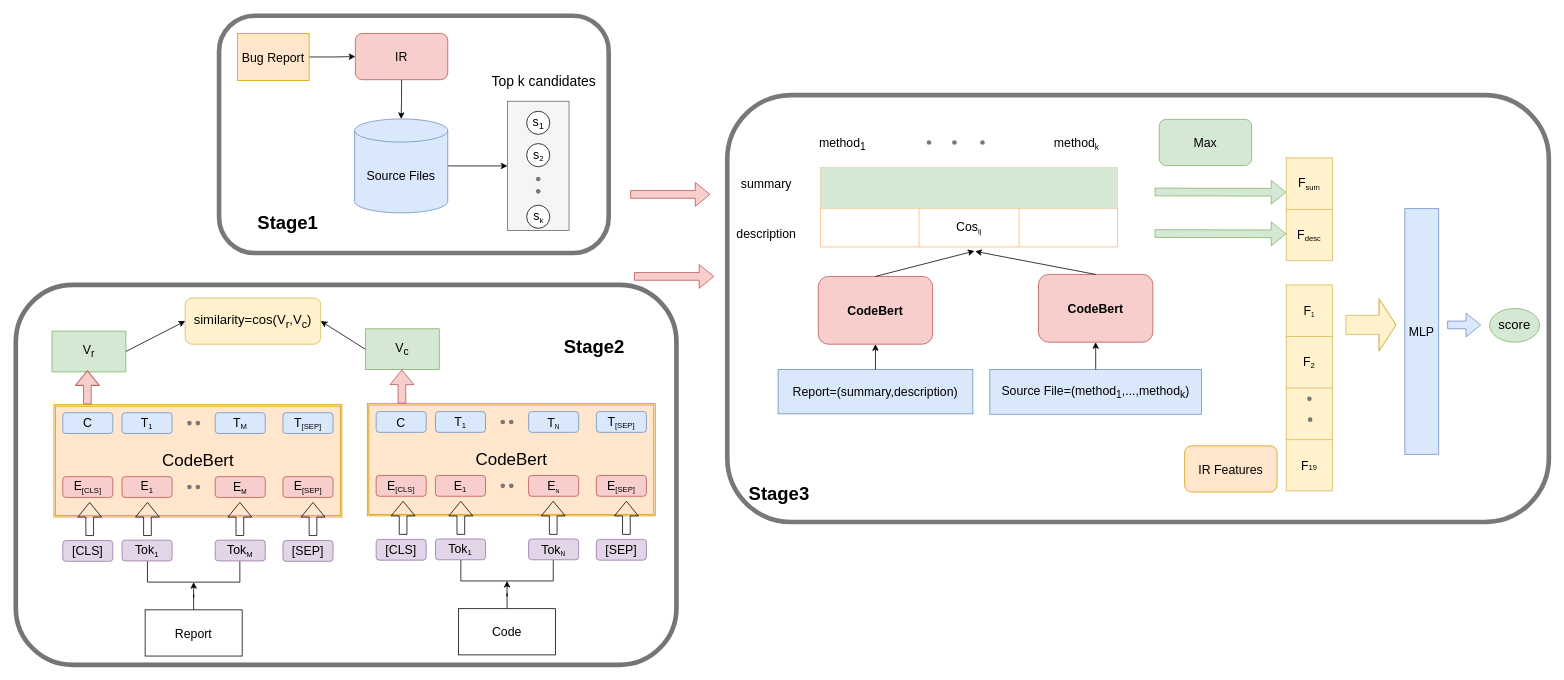
Before: V2_Untitled Diagram.drawio in hangdj/BERT-PLI-IJCAI2020, a draw.io diagram. Source tidied: cells renumbered, new cells numbered last; positions are measured from the earlier drawing's top-left corner, leaving out a move shared by most shapes. Both pictures are drawn from the tidied source at 77%, with x=0, y=0 at pixel (15, 15).
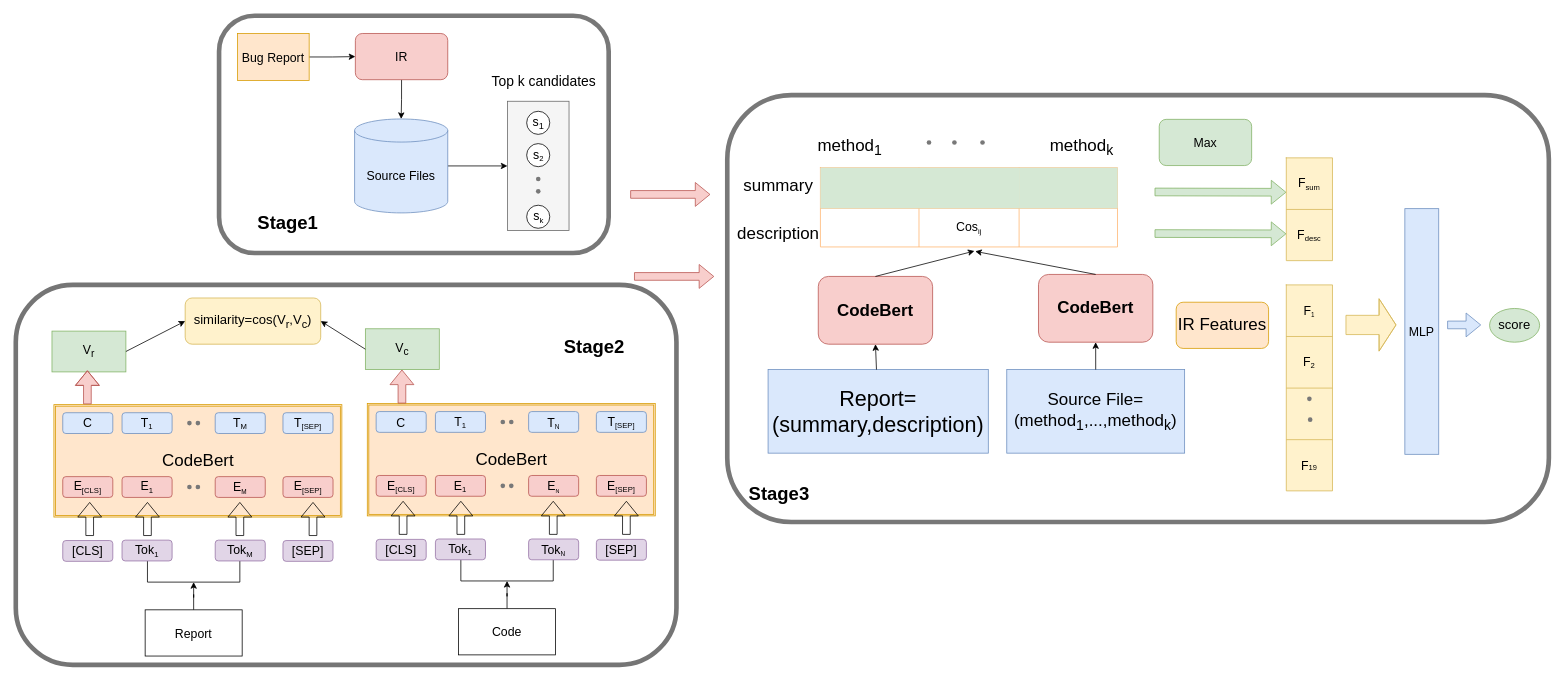
The same diagram, later.

What changed in the source:
```diff
@@
-    <mxCell id="46" value="&lt;font style=&quot;font-size: 16px&quot;&gt;Report=(summary,description)&lt;/font&gt;" style="text;html=1;strokeColor=#6c8ebf;fillColor=#dae8fc;align=center;verticalAlign=middle;whiteSpace=wrap;overflow=hidden;" parent="1" vertex="1">
-      <mxGeometry x="990" y="459.5" width="253" height="57.5" as="geometry" />
+    <mxCell id="46" value="&lt;font style=&quot;font-size: 28px&quot;&gt;Report=(summary,description)&lt;/font&gt;" style="text;html=1;strokeColor=#6c8ebf;fillColor=#dae8fc;align=center;verticalAlign=middle;whiteSpace=wrap;overflow=hidden;" parent="1" vertex="1">
+      <mxGeometry x="977" y="459.5" width="286" height="108.5" as="geometry" />
     </mxCell>
-    <mxCell id="47" value="&lt;font style=&quot;font-size: 16px&quot;&gt;Source File=(method&lt;sub&gt;1&lt;/sub&gt;,...,method&lt;sub&gt;k&lt;/sub&gt;)&lt;/font&gt;" style="text;html=1;strokeColor=#6c8ebf;fillColor=#dae8fc;align=center;verticalAlign=middle;whiteSpace=wrap;overflow=hidden;" parent="1" vertex="1">
-      <mxGeometry x="1265" y="459.5" width="275" height="58" as="geometry" />
+    <mxCell id="47" value="&lt;font style=&quot;font-size: 22px&quot;&gt;Source File=(method&lt;sub&gt;1&lt;/sub&gt;,...,method&lt;sub&gt;k&lt;/sub&gt;)&lt;/font&gt;" style="text;html=1;strokeColor=#6c8ebf;fillColor=#dae8fc;align=center;verticalAlign=middle;whiteSpace=wrap;overflow=hidden;" parent="1" vertex="1">
+      <mxGeometry x="1287" y="459.5" width="231" height="108.5" as="geometry" />
     </mxCell>
-    <mxCell id="48" value="&lt;font style=&quot;font-size: 16px&quot;&gt;summary&lt;/font&gt;" style="text;html=1;strokeColor=none;fillColor=none;align=center;verticalAlign=middle;whiteSpace=wrap;overflow=hidden;" parent="1" vertex="1">
-      <mxGeometry x="935" y="206.2" width="80" height="23.5" as="geometry" />
+    <mxCell id="48" value="&lt;font style=&quot;font-size: 22px&quot;&gt;summary&lt;/font&gt;" style="text;html=1;strokeColor=none;fillColor=none;align=center;verticalAlign=middle;whiteSpace=wrap;overflow=hidden;" parent="1" vertex="1">
+      <mxGeometry x="943.2" y="204.5" width="94.5" height="30" as="geometry" />
     </mxCell>
-    <mxCell id="49" value="&lt;font style=&quot;font-size: 16px&quot;&gt;description&lt;/font&gt;" style="text;html=1;strokeColor=none;fillColor=none;align=center;verticalAlign=middle;whiteSpace=wrap;overflow=hidden;" parent="1" vertex="1">
-      <mxGeometry x="935" y="266.2" width="80" height="34" as="geometry" />
+    <mxCell id="49" value="&lt;font style=&quot;font-size: 22px&quot;&gt;description&lt;/font&gt;" style="text;html=1;strokeColor=none;fillColor=none;align=center;verticalAlign=middle;whiteSpace=wrap;overflow=hidden;" parent="1" vertex="1">
+      <mxGeometry x="930" y="266.2" width="121" height="34" as="geometry" />
     </mxCell>
-    <mxCell id="50" value="&lt;font style=&quot;font-size: 16px&quot;&gt;method&lt;sub&gt;1&lt;/sub&gt;&lt;/font&gt;" style="text;html=1;strokeColor=none;fillColor=none;align=center;verticalAlign=middle;whiteSpace=wrap;overflow=hidden;" parent="1" vertex="1">
-      <mxGeometry x="1034" y="152.8" width="80" height="23.5" as="geometry" />
+    <mxCell id="50" value="&lt;font style=&quot;font-size: 22px&quot;&gt;method&lt;sub&gt;1&lt;/sub&gt;&lt;/font&gt;" style="text;html=1;strokeColor=none;fillColor=none;align=center;verticalAlign=middle;whiteSpace=wrap;overflow=hidden;" parent="1" vertex="1">
+      <mxGeometry x="1034" y="152.8" width="99" height="30.2" as="geometry" />
     </mxCell>
-    <mxCell id="51" value="&lt;font style=&quot;font-size: 16px&quot;&gt;method&lt;/font&gt;&lt;font style=&quot;font-size: 13.3333px&quot;&gt;&lt;sub&gt;k&lt;/sub&gt;&lt;/font&gt;" style="text;html=1;strokeColor=none;fillColor=none;align=center;verticalAlign=middle;whiteSpace=wrap;overflow=hidden;" parent="1" vertex="1">
-      <mxGeometry x="1337.5" y="152.8" width="80" height="23.5" as="geometry" />
+    <mxCell id="51" value="&lt;font style=&quot;font-size: 22px&quot;&gt;&lt;font style=&quot;font-size: 22px&quot;&gt;method&lt;/font&gt;&lt;font style=&quot;font-size: 22px&quot;&gt;&lt;sub&gt;k&lt;/sub&gt;&lt;/font&gt;&lt;/font&gt;" style="text;html=1;strokeColor=none;fillColor=none;align=center;verticalAlign=middle;whiteSpace=wrap;overflow=hidden;" parent="1" vertex="1">
+      <mxGeometry x="1337.5" y="152.8" width="92.5" height="30.2" as="geometry" />
     </mxCell>
@@
-    <mxCell id="55" value="&lt;font style=&quot;font-size: 16px&quot;&gt;&lt;b&gt;CodeBert&lt;/b&gt;&lt;/font&gt;" style="rounded=1;whiteSpace=wrap;html=1;strokeColor=#b85450;strokeWidth=1;fillColor=#f8cecc;" parent="1" vertex="1">
+    <mxCell id="55" value="&lt;font size=&quot;1&quot;&gt;&lt;b style=&quot;font-size: 22px&quot;&gt;CodeBert&lt;/b&gt;&lt;/font&gt;" style="rounded=1;whiteSpace=wrap;html=1;strokeColor=#b85450;strokeWidth=1;fillColor=#f8cecc;" parent="1" vertex="1">
       <mxGeometry x="1042.2" y="338.5" width="148.5" height="88" as="geometry" />
     </mxCell>
@@
-    <mxCell id="76" value="&lt;span style=&quot;font-size: 16px&quot;&gt;IR Features&lt;/span&gt;" style="rounded=1;whiteSpace=wrap;html=1;strokeColor=#d79b00;strokeWidth=1;fillColor=#ffe6cc;" parent="1" vertex="1">
-      <mxGeometry x="1518" y="558.5" width="120" height="60" as="geometry" />
+    <mxCell id="76" value="&lt;font style=&quot;font-size: 22px&quot;&gt;IR Features&lt;/font&gt;" style="rounded=1;whiteSpace=wrap;html=1;strokeColor=#d79b00;strokeWidth=1;fillColor=#ffe6cc;" parent="1" vertex="1">
+      <mxGeometry x="1507" y="372" width="120" height="60" as="geometry" />
     </mxCell>
@@
-    <mxCell id="124" value="&lt;font style=&quot;font-size: 16px&quot;&gt;&lt;b&gt;CodeBert&lt;/b&gt;&lt;/font&gt;" style="rounded=1;whiteSpace=wrap;html=1;strokeColor=#b85450;strokeWidth=1;fillColor=#f8cecc;" parent="1" vertex="1">
+    <mxCell id="124" value="&lt;font size=&quot;1&quot;&gt;&lt;b style=&quot;font-size: 22px&quot;&gt;CodeBert&lt;/b&gt;&lt;/font&gt;" style="rounded=1;whiteSpace=wrap;html=1;strokeColor=#b85450;strokeWidth=1;fillColor=#f8cecc;" parent="1" vertex="1">
       <mxGeometry x="1328.2" y="335.9" width="148.5" height="88" as="geometry" />
     </mxCell>
```
